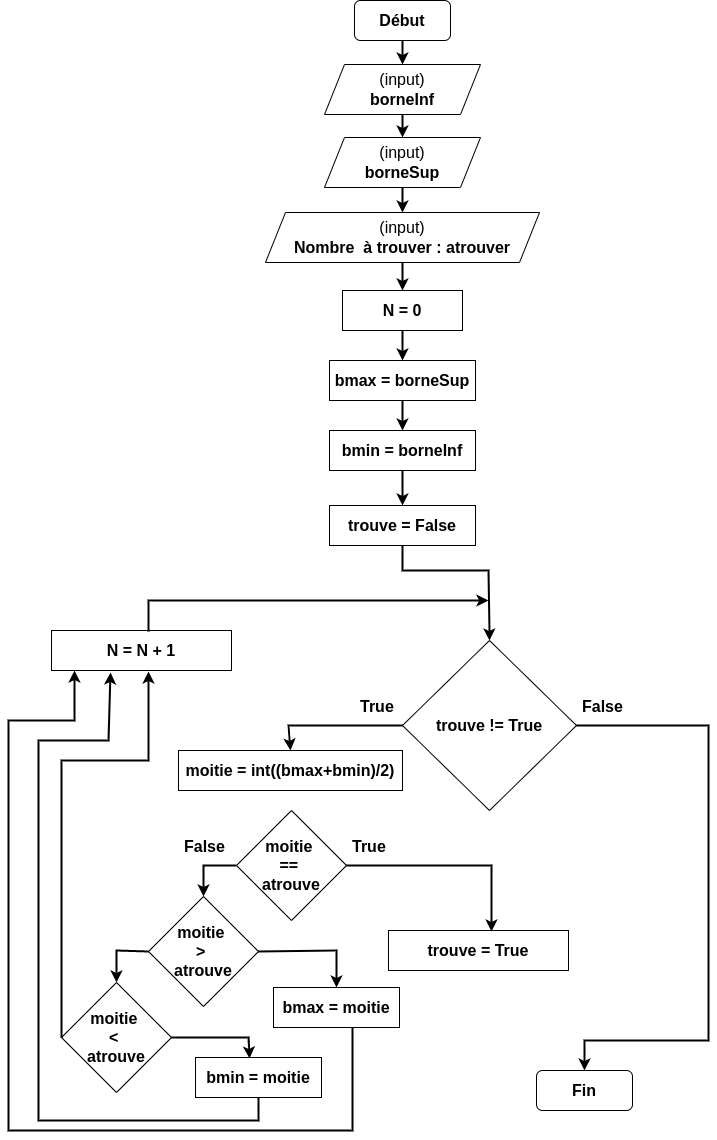
Above: _images/RechercheDichotomique.png in vkeller/modulo-gybe (draw.io), before the change. Source tidied: cells renumbered, new cells last; positions are measured from the earlier drawing's top-left corner, leaving out a move shared by most shapes. The source it was exported from:
```xml
<mxGraphModel>
  <root>
    <mxCell id="0" />
    <mxCell id="1" parent="0" />
    <mxCell id="2" value="&lt;font style=&quot;font-size: 16px;&quot;&gt;&lt;b&gt;Début&lt;/b&gt;&lt;/font&gt;" style="rounded=1;whiteSpace=wrap;html=1;" parent="1" vertex="1">
      <mxGeometry x="346" width="96" height="40" as="geometry" />
    </mxCell>
    <mxCell id="3" value="(input)&lt;br&gt;&lt;b&gt;borneInf&lt;/b&gt;" style="shape=parallelogram;perimeter=parallelogramPerimeter;whiteSpace=wrap;html=1;fixedSize=1;fontSize=16;" parent="1" vertex="1">
      <mxGeometry x="316" y="64" width="156" height="50" as="geometry" />
    </mxCell>
    <mxCell id="4" value="(input)&lt;br&gt;&lt;b&gt;borneSup&lt;/b&gt;" style="shape=parallelogram;perimeter=parallelogramPerimeter;whiteSpace=wrap;html=1;fixedSize=1;fontSize=16;" parent="1" vertex="1">
      <mxGeometry x="316" y="137" width="156" height="50" as="geometry" />
    </mxCell>
    <mxCell id="5" value="(input)&lt;br&gt;&lt;b&gt;Nombre&amp;nbsp; à trouver : atrouver&lt;/b&gt;" style="shape=parallelogram;perimeter=parallelogramPerimeter;whiteSpace=wrap;html=1;fixedSize=1;fontSize=16;" parent="1" vertex="1">
      <mxGeometry x="257" y="212" width="274" height="50" as="geometry" />
    </mxCell>
    <mxCell id="6" value="&lt;b&gt;N = 0&lt;/b&gt;" style="rounded=0;whiteSpace=wrap;html=1;fontSize=16;" parent="1" vertex="1">
      <mxGeometry x="334" y="290" width="120" height="40" as="geometry" />
    </mxCell>
    <mxCell id="7" value="&lt;b&gt;bmin = borneInf&lt;/b&gt;" style="rounded=0;whiteSpace=wrap;html=1;fontSize=16;" parent="1" vertex="1">
      <mxGeometry x="321" y="430" width="146" height="40" as="geometry" />
    </mxCell>
    <mxCell id="8" style="endArrow=classic;html=1;rounded=0;fontSize=16;exitX=0.5;exitY=1;exitDx=0;exitDy=0;entryX=0.5;entryY=0;entryDx=0;entryDy=0;strokeWidth=2;" parent="1" edge="1" source="2" target="3">
      <mxGeometry relative="1" as="geometry" />
    </mxCell>
    <mxCell id="9" style="endArrow=classic;html=1;rounded=0;strokeWidth=2;fontSize=16;exitX=0.5;exitY=1;exitDx=0;exitDy=0;entryX=0.5;entryY=0;entryDx=0;entryDy=0;" parent="1" edge="1" source="3" target="4">
      <mxGeometry relative="1" as="geometry" />
    </mxCell>
    <mxCell id="10" style="endArrow=classic;html=1;rounded=0;strokeWidth=2;fontSize=16;exitX=0.5;exitY=1;exitDx=0;exitDy=0;entryX=0.5;entryY=0;entryDx=0;entryDy=0;" parent="1" edge="1" source="4" target="5">
      <mxGeometry relative="1" as="geometry" />
    </mxCell>
    <mxCell id="11" style="endArrow=classic;html=1;rounded=0;strokeWidth=2;fontSize=16;exitX=0.5;exitY=1;exitDx=0;exitDy=0;entryX=0.5;entryY=0;entryDx=0;entryDy=0;" parent="1" edge="1" source="5" target="6">
      <mxGeometry relative="1" as="geometry" />
    </mxCell>
    <mxCell id="12" value="&lt;b&gt;trouve = False&lt;/b&gt;" style="rounded=0;whiteSpace=wrap;html=1;fontSize=16;" parent="1" vertex="1">
      <mxGeometry x="321" y="505" width="146" height="40" as="geometry" />
    </mxCell>
    <mxCell id="13" style="endArrow=classic;html=1;rounded=0;strokeWidth=2;fontSize=16;exitX=0.5;exitY=1;exitDx=0;exitDy=0;entryX=0.5;entryY=0;entryDx=0;entryDy=0;" parent="1" edge="1" source="7" target="12">
      <mxGeometry relative="1" as="geometry" />
    </mxCell>
    <mxCell id="14" value="&lt;b&gt;trouve != True&lt;/b&gt;" style="rhombus;whiteSpace=wrap;html=1;fontSize=16;" parent="1" vertex="1">
      <mxGeometry x="394" y="640" width="174" height="170" as="geometry" />
    </mxCell>
    <mxCell id="15" value="&lt;b&gt;moitie &lt;br&gt;== &lt;br&gt;atrouve&lt;/b&gt;" style="rhombus;whiteSpace=wrap;html=1;fontSize=16;" parent="1" vertex="1">
      <mxGeometry x="228" y="810" width="110" height="110" as="geometry" />
    </mxCell>
    <mxCell id="16" value="&lt;b&gt;N = N + 1&lt;/b&gt;" style="rounded=0;whiteSpace=wrap;html=1;fontSize=16;" parent="1" vertex="1">
      <mxGeometry x="43" y="630" width="180" height="40" as="geometry" />
    </mxCell>
    <mxCell id="17" value="&lt;font style=&quot;font-size: 16px;&quot;&gt;&lt;b&gt;Fin&lt;/b&gt;&lt;/font&gt;" style="rounded=1;whiteSpace=wrap;html=1;" parent="1" vertex="1">
      <mxGeometry x="528" y="1070" width="96" height="40" as="geometry" />
    </mxCell>
    <mxCell id="18" value="&lt;b&gt;trouve = True&lt;/b&gt;" style="rounded=0;whiteSpace=wrap;html=1;fontSize=16;" parent="1" vertex="1">
      <mxGeometry x="380" y="930" width="180" height="40" as="geometry" />
    </mxCell>
    <mxCell id="19" style="endArrow=classic;html=1;rounded=0;strokeWidth=2;fontSize=16;exitX=0.5;exitY=1;exitDx=0;exitDy=0;entryX=0.5;entryY=0;entryDx=0;entryDy=0;" parent="1" edge="1" source="12" target="14">
      <mxGeometry relative="1" as="geometry">
        <Array as="points">
          <mxPoint x="394" y="570" />
          <mxPoint x="480" y="570" />
        </Array>
      </mxGeometry>
    </mxCell>
    <mxCell id="20" style="endArrow=classic;html=1;rounded=0;strokeWidth=2;fontSize=16;exitX=0.539;exitY=0.025;exitDx=0;exitDy=0;exitPerimeter=0;" parent="1" edge="1" source="16">
      <mxGeometry relative="1" as="geometry">
        <mxPoint x="480" y="600" as="targetPoint" />
        <Array as="points">
          <mxPoint x="140" y="600" />
        </Array>
      </mxGeometry>
    </mxCell>
    <mxCell id="21" style="endArrow=classic;html=1;rounded=0;strokeWidth=2;fontSize=16;exitX=1;exitY=0.5;exitDx=0;exitDy=0;entryX=0.5;entryY=0;entryDx=0;entryDy=0;" parent="1" edge="1" source="14" target="17">
      <mxGeometry relative="1" as="geometry">
        <Array as="points">
          <mxPoint x="700" y="725" />
          <mxPoint x="700" y="1040" />
          <mxPoint x="576" y="1040" />
        </Array>
      </mxGeometry>
    </mxCell>
    <mxCell id="22" style="endArrow=classic;html=1;rounded=0;strokeWidth=2;fontSize=16;exitX=1;exitY=0.5;exitDx=0;exitDy=0;entryX=0.572;entryY=0.025;entryDx=0;entryDy=0;entryPerimeter=0;" parent="1" edge="1" source="15" target="18">
      <mxGeometry relative="1" as="geometry">
        <Array as="points">
          <mxPoint x="483" y="865" />
          <mxPoint x="483" y="895" />
        </Array>
      </mxGeometry>
    </mxCell>
    <mxCell id="23" value="False" style="text;strokeColor=none;fillColor=none;align=left;verticalAlign=middle;spacingLeft=4;spacingRight=4;overflow=hidden;fontSize=16;fontStyle=1;" parent="1" vertex="1">
      <mxGeometry x="170" y="830" width="80" height="30" as="geometry" />
    </mxCell>
    <mxCell id="24" value="True" style="text;strokeColor=none;fillColor=none;align=left;verticalAlign=middle;spacingLeft=4;spacingRight=4;overflow=hidden;fontSize=16;fontStyle=1;" parent="1" vertex="1">
      <mxGeometry x="338" y="830" width="80" height="30" as="geometry" />
    </mxCell>
    <mxCell id="25" value="True" style="text;strokeColor=none;fillColor=none;align=left;verticalAlign=middle;spacingLeft=4;spacingRight=4;overflow=hidden;fontSize=16;fontStyle=1;" parent="1" vertex="1">
      <mxGeometry x="346" y="690" width="80" height="30" as="geometry" />
    </mxCell>
    <mxCell id="26" value="False" style="text;strokeColor=none;fillColor=none;align=left;verticalAlign=middle;spacingLeft=4;spacingRight=4;overflow=hidden;fontSize=16;fontStyle=1;" parent="1" vertex="1">
      <mxGeometry x="568" y="690" width="80" height="30" as="geometry" />
    </mxCell>
    <mxCell id="27" value="&lt;b&gt;bmax = borneSup&lt;/b&gt;" style="rounded=0;whiteSpace=wrap;html=1;fontSize=16;" parent="1" vertex="1">
      <mxGeometry x="321" y="360" width="146" height="40" as="geometry" />
    </mxCell>
    <mxCell id="28" style="endArrow=classic;html=1;rounded=0;strokeWidth=2;fontSize=16;exitX=0.5;exitY=1;exitDx=0;exitDy=0;entryX=0.5;entryY=0;entryDx=0;entryDy=0;" parent="1" edge="1" source="6" target="27">
      <mxGeometry relative="1" as="geometry" />
    </mxCell>
    <mxCell id="29" style="endArrow=classic;html=1;rounded=0;strokeWidth=2;fontSize=16;exitX=0.5;exitY=1;exitDx=0;exitDy=0;entryX=0.5;entryY=0;entryDx=0;entryDy=0;" parent="1" edge="1" source="27" target="7">
      <mxGeometry relative="1" as="geometry" />
    </mxCell>
    <mxCell id="30" value="&lt;b&gt;moitie = int((bmax+bmin)/2)&lt;/b&gt;" style="rounded=0;whiteSpace=wrap;html=1;fontSize=16;" parent="1" vertex="1">
      <mxGeometry x="170" y="750" width="224" height="40" as="geometry" />
    </mxCell>
    <mxCell id="31" style="endArrow=classic;html=1;rounded=0;strokeWidth=2;fontSize=16;exitX=0;exitY=0.5;exitDx=0;exitDy=0;entryX=0.5;entryY=0;entryDx=0;entryDy=0;" parent="1" edge="1">
      <mxGeometry relative="1" as="geometry">
        <mxPoint x="394" y="725" as="sourcePoint" />
        <mxPoint x="282" y="750" as="targetPoint" />
        <Array as="points">
          <mxPoint x="280" y="725" />
        </Array>
      </mxGeometry>
    </mxCell>
    <mxCell id="32" value="&lt;b&gt;moitie &lt;br&gt;&amp;gt; &lt;br&gt;atrouve&lt;/b&gt;" style="rhombus;whiteSpace=wrap;html=1;fontSize=16;" parent="1" vertex="1">
      <mxGeometry x="140" y="896" width="110" height="110" as="geometry" />
    </mxCell>
    <mxCell id="33" value="&lt;b&gt;moitie &lt;br&gt;&amp;lt; &lt;br&gt;atrouve&lt;/b&gt;" style="rhombus;whiteSpace=wrap;html=1;fontSize=16;" parent="1" vertex="1">
      <mxGeometry x="53" y="982" width="110" height="110" as="geometry" />
    </mxCell>
    <mxCell id="34" style="endArrow=classic;html=1;rounded=0;strokeWidth=2;exitX=0.627;exitY=1;exitDx=0;exitDy=0;exitPerimeter=0;entryX=0.128;entryY=1;entryDx=0;entryDy=0;entryPerimeter=0;" parent="1" edge="1" source="37" target="16">
      <mxGeometry relative="1" as="geometry">
        <Array as="points">
          <mxPoint x="344" y="1130" />
          <mxPoint y="1130" />
          <mxPoint y="720" />
          <mxPoint x="66" y="720" />
        </Array>
      </mxGeometry>
    </mxCell>
    <mxCell id="35" style="endArrow=classic;html=1;rounded=0;strokeWidth=2;exitX=0;exitY=0.5;exitDx=0;exitDy=0;entryX=0.5;entryY=0;entryDx=0;entryDy=0;" parent="1" edge="1" source="15" target="32">
      <mxGeometry relative="1" as="geometry">
        <Array as="points">
          <mxPoint x="195" y="865" />
        </Array>
      </mxGeometry>
    </mxCell>
    <mxCell id="36" style="endArrow=classic;html=1;rounded=0;strokeWidth=2;exitX=0;exitY=0.5;exitDx=0;exitDy=0;entryX=0.5;entryY=0;entryDx=0;entryDy=0;" parent="1" edge="1" source="32" target="33">
      <mxGeometry relative="1" as="geometry">
        <Array as="points">
          <mxPoint x="108" y="950" />
        </Array>
      </mxGeometry>
    </mxCell>
    <mxCell id="37" value="&lt;b&gt;bmax = moitie&lt;/b&gt;" style="rounded=0;whiteSpace=wrap;html=1;fontSize=16;" parent="1" vertex="1">
      <mxGeometry x="265" y="987" width="126" height="40" as="geometry" />
    </mxCell>
    <mxCell id="38" value="&lt;b&gt;bmin = moitie&lt;/b&gt;" style="rounded=0;whiteSpace=wrap;html=1;fontSize=16;" parent="1" vertex="1">
      <mxGeometry x="187" y="1057" width="126" height="40" as="geometry" />
    </mxCell>
    <mxCell id="39" style="endArrow=classic;html=1;rounded=0;strokeWidth=2;exitX=1;exitY=0.5;exitDx=0;exitDy=0;entryX=0.5;entryY=0;entryDx=0;entryDy=0;" parent="1" edge="1" source="32" target="37">
      <mxGeometry relative="1" as="geometry">
        <Array as="points">
          <mxPoint x="328" y="950" />
        </Array>
      </mxGeometry>
    </mxCell>
    <mxCell id="40" style="endArrow=classic;html=1;rounded=0;strokeWidth=2;exitX=1;exitY=0.5;exitDx=0;exitDy=0;entryX=0.429;entryY=0.025;entryDx=0;entryDy=0;entryPerimeter=0;" parent="1" edge="1" source="33" target="38">
      <mxGeometry relative="1" as="geometry">
        <Array as="points">
          <mxPoint x="240" y="1037" />
        </Array>
      </mxGeometry>
    </mxCell>
    <mxCell id="41" style="endArrow=classic;html=1;rounded=0;strokeWidth=2;exitX=0;exitY=0.5;exitDx=0;exitDy=0;entryX=0.539;entryY=1.025;entryDx=0;entryDy=0;entryPerimeter=0;" parent="1" edge="1" source="33" target="16">
      <mxGeometry relative="1" as="geometry">
        <Array as="points">
          <mxPoint x="53" y="760" />
          <mxPoint x="140" y="760" />
        </Array>
      </mxGeometry>
    </mxCell>
    <mxCell id="42" style="endArrow=classic;html=1;rounded=0;strokeWidth=2;exitX=0.5;exitY=1;exitDx=0;exitDy=0;entryX=0.328;entryY=1.05;entryDx=0;entryDy=0;entryPerimeter=0;" parent="1" edge="1" source="38" target="16">
      <mxGeometry relative="1" as="geometry">
        <Array as="points">
          <mxPoint x="250" y="1120" />
          <mxPoint x="30" y="1120" />
          <mxPoint x="30" y="740" />
          <mxPoint x="100" y="740" />
        </Array>
      </mxGeometry>
    </mxCell>
  </root>
</mxGraphModel>
```
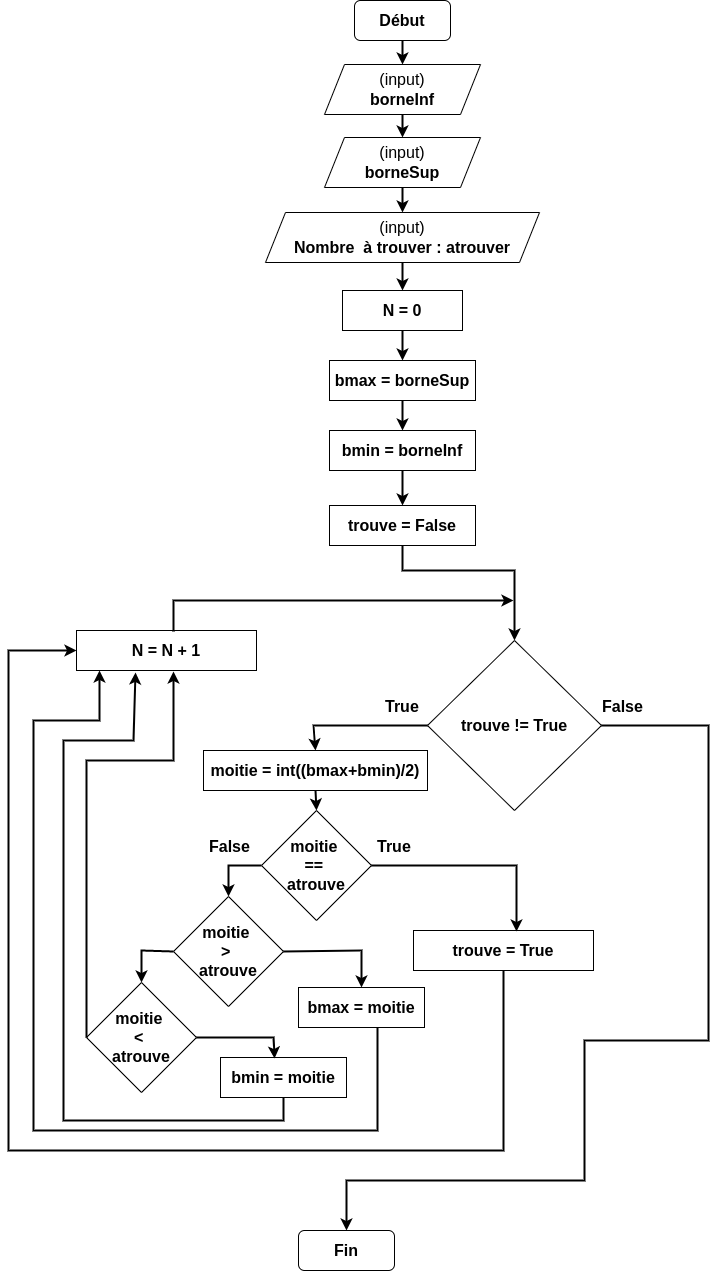
The same diagram one commit later.

The edit, as a diff of the source:
```diff
@@ -3,22 +3,22 @@
     <mxCell id="0" />
     <mxCell id="1" parent="0" />
     <mxCell id="2" value="&lt;font style=&quot;font-size: 16px;&quot;&gt;&lt;b&gt;Début&lt;/b&gt;&lt;/font&gt;" style="rounded=1;whiteSpace=wrap;html=1;" parent="1" vertex="1">
-      <mxGeometry x="346" width="96" height="40" as="geometry" />
+      <mxGeometry x="321" width="96" height="40" as="geometry" />
     </mxCell>
     <mxCell id="3" value="(input)&lt;br&gt;&lt;b&gt;borneInf&lt;/b&gt;" style="shape=parallelogram;perimeter=parallelogramPerimeter;whiteSpace=wrap;html=1;fixedSize=1;fontSize=16;" parent="1" vertex="1">
-      <mxGeometry x="316" y="64" width="156" height="50" as="geometry" />
+      <mxGeometry x="291" y="64" width="156" height="50" as="geometry" />
     </mxCell>
     <mxCell id="4" value="(input)&lt;br&gt;&lt;b&gt;borneSup&lt;/b&gt;" style="shape=parallelogram;perimeter=parallelogramPerimeter;whiteSpace=wrap;html=1;fixedSize=1;fontSize=16;" parent="1" vertex="1">
-      <mxGeometry x="316" y="137" width="156" height="50" as="geometry" />
+      <mxGeometry x="291" y="137" width="156" height="50" as="geometry" />
     </mxCell>
     <mxCell id="5" value="(input)&lt;br&gt;&lt;b&gt;Nombre&amp;nbsp; à trouver : atrouver&lt;/b&gt;" style="shape=parallelogram;perimeter=parallelogramPerimeter;whiteSpace=wrap;html=1;fixedSize=1;fontSize=16;" parent="1" vertex="1">
-      <mxGeometry x="257" y="212" width="274" height="50" as="geometry" />
+      <mxGeometry x="232" y="212" width="274" height="50" as="geometry" />
     </mxCell>
     <mxCell id="6" value="&lt;b&gt;N = 0&lt;/b&gt;" style="rounded=0;whiteSpace=wrap;html=1;fontSize=16;" parent="1" vertex="1">
-      <mxGeometry x="334" y="290" width="120" height="40" as="geometry" />
+      <mxGeometry x="309" y="290" width="120" height="40" as="geometry" />
     </mxCell>
     <mxCell id="7" value="&lt;b&gt;bmin = borneInf&lt;/b&gt;" style="rounded=0;whiteSpace=wrap;html=1;fontSize=16;" parent="1" vertex="1">
-      <mxGeometry x="321" y="430" width="146" height="40" as="geometry" />
+      <mxGeometry x="296" y="430" width="146" height="40" as="geometry" />
     </mxCell>
     <mxCell id="8" style="endArrow=classic;html=1;rounded=0;fontSize=16;exitX=0.5;exitY=1;exitDx=0;exitDy=0;entryX=0.5;entryY=0;entryDx=0;entryDy=0;strokeWidth=2;" parent="1" edge="1" source="2" target="3">
       <mxGeometry relative="1" as="geometry" />
@@ -33,7 +33,7 @@
       <mxGeometry relative="1" as="geometry" />
     </mxCell>
     <mxCell id="12" value="&lt;b&gt;trouve = False&lt;/b&gt;" style="rounded=0;whiteSpace=wrap;html=1;fontSize=16;" parent="1" vertex="1">
-      <mxGeometry x="321" y="505" width="146" height="40" as="geometry" />
+      <mxGeometry x="296" y="505" width="146" height="40" as="geometry" />
     </mxCell>
     <mxCell id="13" style="endArrow=classic;html=1;rounded=0;strokeWidth=2;fontSize=16;exitX=0.5;exitY=1;exitDx=0;exitDy=0;entryX=0.5;entryY=0;entryDx=0;entryDy=0;" parent="1" edge="1" source="7" target="12">
       <mxGeometry relative="1" as="geometry" />
@@ -48,7 +48,7 @@
       <mxGeometry x="43" y="630" width="180" height="40" as="geometry" />
     </mxCell>
     <mxCell id="17" value="&lt;font style=&quot;font-size: 16px;&quot;&gt;&lt;b&gt;Fin&lt;/b&gt;&lt;/font&gt;" style="rounded=1;whiteSpace=wrap;html=1;" parent="1" vertex="1">
-      <mxGeometry x="528" y="1070" width="96" height="40" as="geometry" />
+      <mxGeometry x="265" y="1230" width="96" height="40" as="geometry" />
     </mxCell>
     <mxCell id="18" value="&lt;b&gt;trouve = True&lt;/b&gt;" style="rounded=0;whiteSpace=wrap;html=1;fontSize=16;" parent="1" vertex="1">
       <mxGeometry x="380" y="930" width="180" height="40" as="geometry" />
@@ -56,8 +56,8 @@
     <mxCell id="19" style="endArrow=classic;html=1;rounded=0;strokeWidth=2;fontSize=16;exitX=0.5;exitY=1;exitDx=0;exitDy=0;entryX=0.5;entryY=0;entryDx=0;entryDy=0;" parent="1" edge="1" source="12" target="14">
       <mxGeometry relative="1" as="geometry">
         <Array as="points">
-          <mxPoint x="394" y="570" />
-          <mxPoint x="480" y="570" />
+          <mxPoint x="369" y="570" />
+          <mxPoint x="481" y="570" />
         </Array>
       </mxGeometry>
     </mxCell>
@@ -72,9 +72,11 @@
     <mxCell id="21" style="endArrow=classic;html=1;rounded=0;strokeWidth=2;fontSize=16;exitX=1;exitY=0.5;exitDx=0;exitDy=0;entryX=0.5;entryY=0;entryDx=0;entryDy=0;" parent="1" edge="1" source="14" target="17">
       <mxGeometry relative="1" as="geometry">
         <Array as="points">
-          <mxPoint x="700" y="725" />
-          <mxPoint x="700" y="1040" />
-          <mxPoint x="576" y="1040" />
+          <mxPoint x="675" y="725" />
+          <mxPoint x="675" y="1040" />
+          <mxPoint x="551" y="1040" />
+          <mxPoint x="551" y="1180" />
+          <mxPoint x="313" y="1180" />
         </Array>
       </mxGeometry>
     </mxCell>
@@ -96,10 +98,10 @@
       <mxGeometry x="346" y="690" width="80" height="30" as="geometry" />
     </mxCell>
     <mxCell id="26" value="False" style="text;strokeColor=none;fillColor=none;align=left;verticalAlign=middle;spacingLeft=4;spacingRight=4;overflow=hidden;fontSize=16;fontStyle=1;" parent="1" vertex="1">
-      <mxGeometry x="568" y="690" width="80" height="30" as="geometry" />
+      <mxGeometry x="563" y="690" width="80" height="30" as="geometry" />
     </mxCell>
     <mxCell id="27" value="&lt;b&gt;bmax = borneSup&lt;/b&gt;" style="rounded=0;whiteSpace=wrap;html=1;fontSize=16;" parent="1" vertex="1">
-      <mxGeometry x="321" y="360" width="146" height="40" as="geometry" />
+      <mxGeometry x="296" y="360" width="146" height="40" as="geometry" />
     </mxCell>
     <mxCell id="28" style="endArrow=classic;html=1;rounded=0;strokeWidth=2;fontSize=16;exitX=0.5;exitY=1;exitDx=0;exitDy=0;entryX=0.5;entryY=0;entryDx=0;entryDy=0;" parent="1" edge="1" source="6" target="27">
       <mxGeometry relative="1" as="geometry" />
@@ -187,5 +189,17 @@
         </Array>
       </mxGeometry>
     </mxCell>
+    <mxCell id="43" style="endArrow=classic;html=1;rounded=0;strokeWidth=2;fontSize=16;entryX=0.5;entryY=0;entryDx=0;entryDy=0;exitX=0.5;exitY=1;exitDx=0;exitDy=0;" parent="1" edge="1" source="30" target="15">
+      <mxGeometry relative="1" as="geometry" />
+    </mxCell>
+    <mxCell id="44" style="endArrow=classic;html=1;rounded=0;strokeWidth=2;fontSize=16;exitX=0.5;exitY=1;exitDx=0;exitDy=0;entryX=0;entryY=0.5;entryDx=0;entryDy=0;" parent="1" edge="1" source="18" target="16">
+      <mxGeometry relative="1" as="geometry">
+        <Array as="points">
+          <mxPoint x="470" y="1150" />
+          <mxPoint x="-25" y="1150" />
+          <mxPoint x="-25" y="650" />
+        </Array>
+      </mxGeometry>
+    </mxCell>
   </root>
 </mxGraphModel>
```
